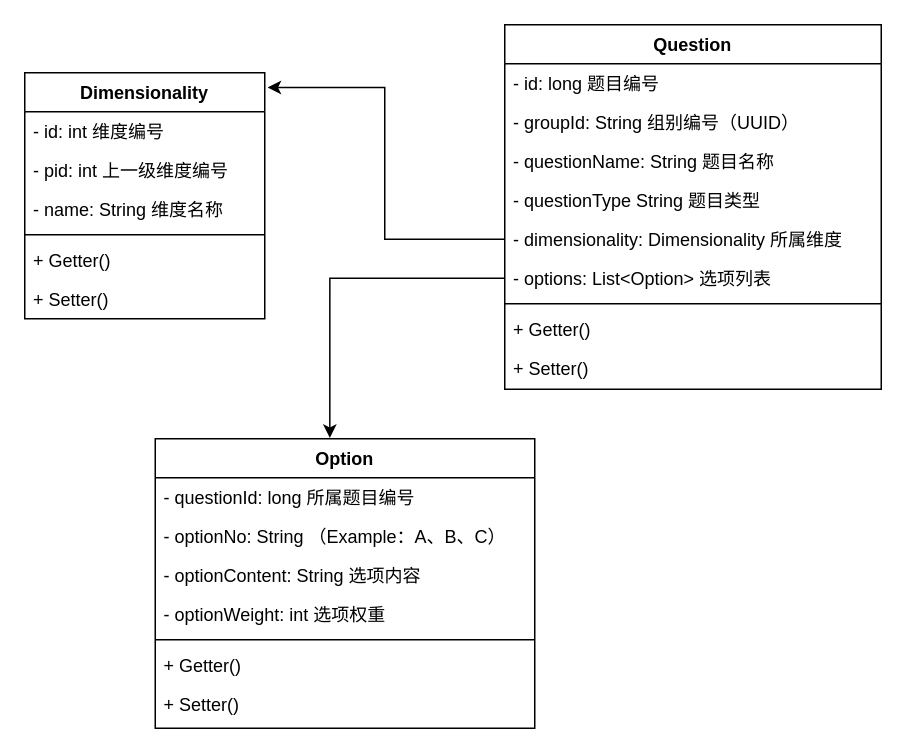
Earlier version of the draw.io diagram system.drawio (Maiqu-Magicians/maiqu-counseling-platform). Source tidied: cells renumbered, new cells numbered last; positions are measured from the earlier drawing's top-left corner, leaving out a move shared by most shapes. Both pictures are drawn from the tidied source at 150%, with x=0, y=0 at pixel (24, 24).
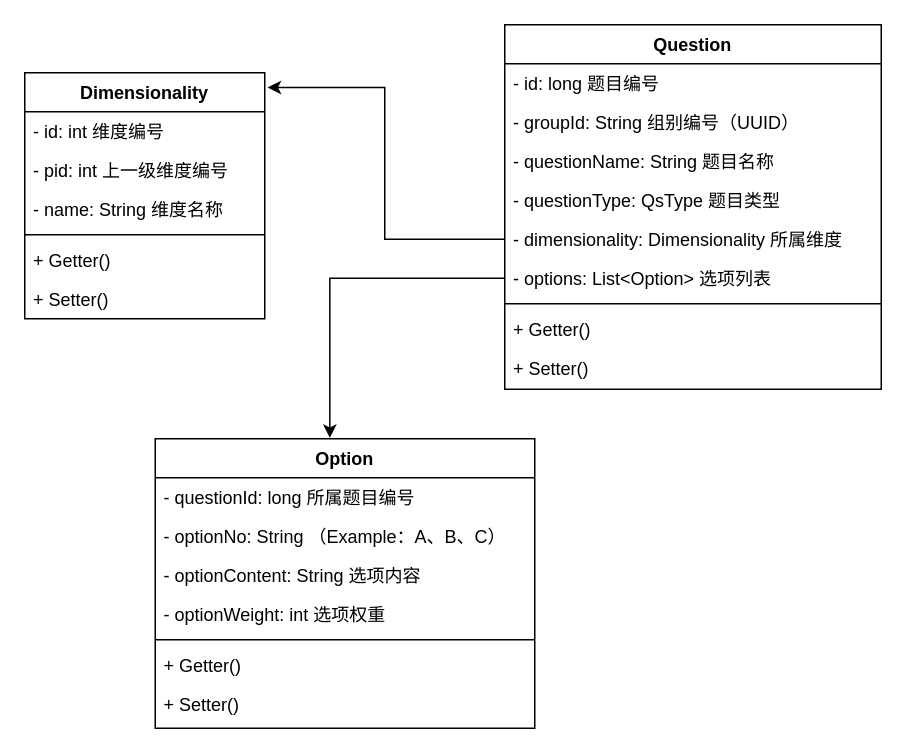
The same page after the edit.

Unchanged cells that the change refers to:
```xml
<mxCell id="9" value="Question" style="swimlane;fontStyle=1;align=center;verticalAlign=top;horizontal=1;startSize=26;" parent="1" vertex="1">
  <mxGeometry x="320" width="251" height="243" as="geometry" />
</mxCell>
```

What changed in the source:
```diff
@@
-    <mxCell id="13" value="- questionType String 题目类型" style="text;strokeColor=none;fillColor=none;align=left;verticalAlign=top;spacingLeft=4;spacingRight=4;overflow=hidden;" parent="9" vertex="1">
+    <mxCell id="13" value="- questionType: QsType 题目类型" style="text;strokeColor=none;fillColor=none;align=left;verticalAlign=top;spacingLeft=4;spacingRight=4;overflow=hidden;" parent="9" vertex="1">
       <mxGeometry y="104" width="251" height="26" as="geometry" />
     </mxCell>
```
